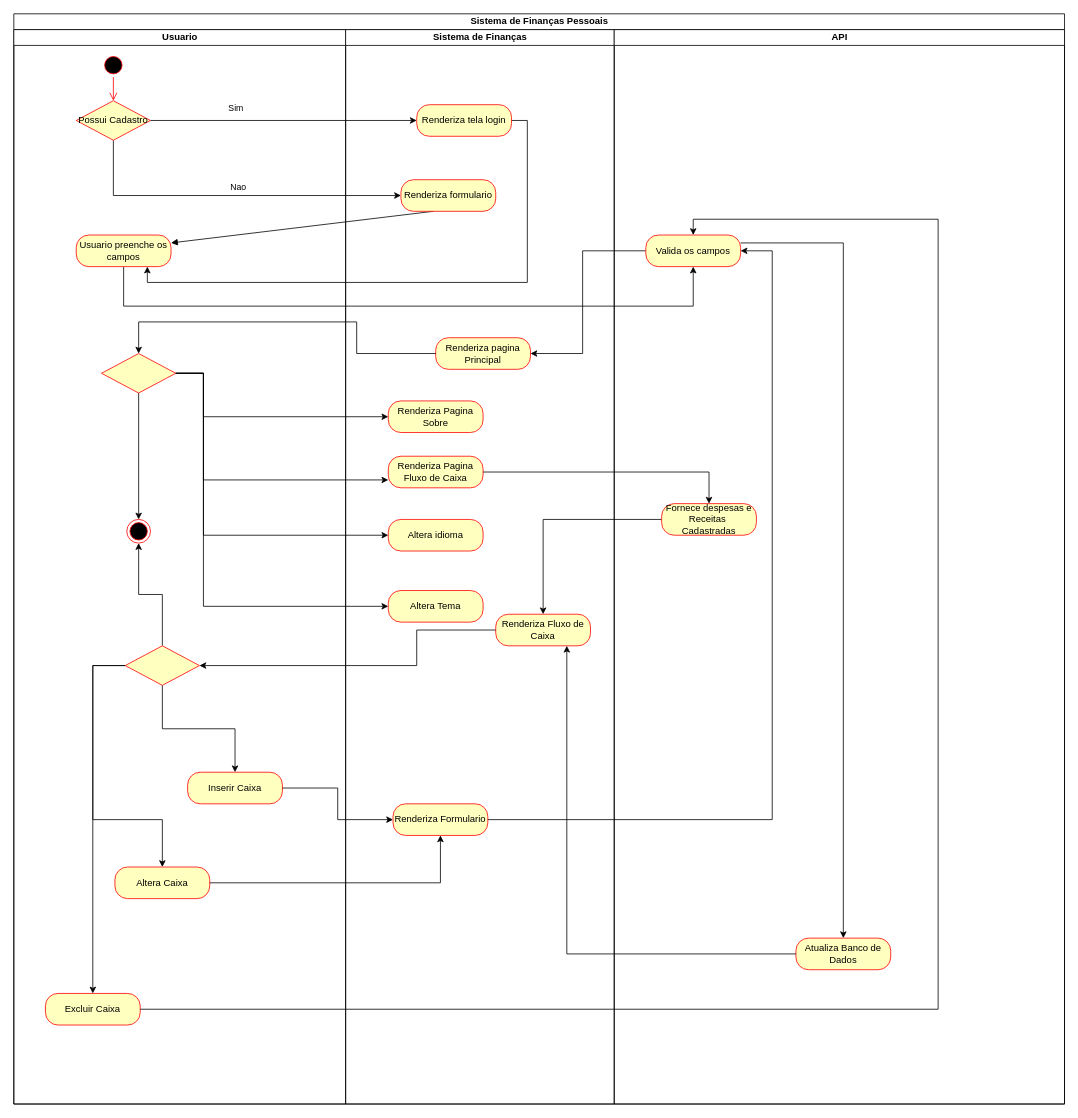
Above: Diagramas/Diagrama_Atividade_DespesaFacil_V2..drawio in flaviosenne/despesa-facil (draw.io), before the change. Source tidied: cells renumbered, new cells numbered last; positions are measured from the earlier drawing's top-left corner, leaving out a move shared by most shapes. Both pictures are drawn from the tidied source at 79%, with x=0, y=0 at pixel (13, 13).
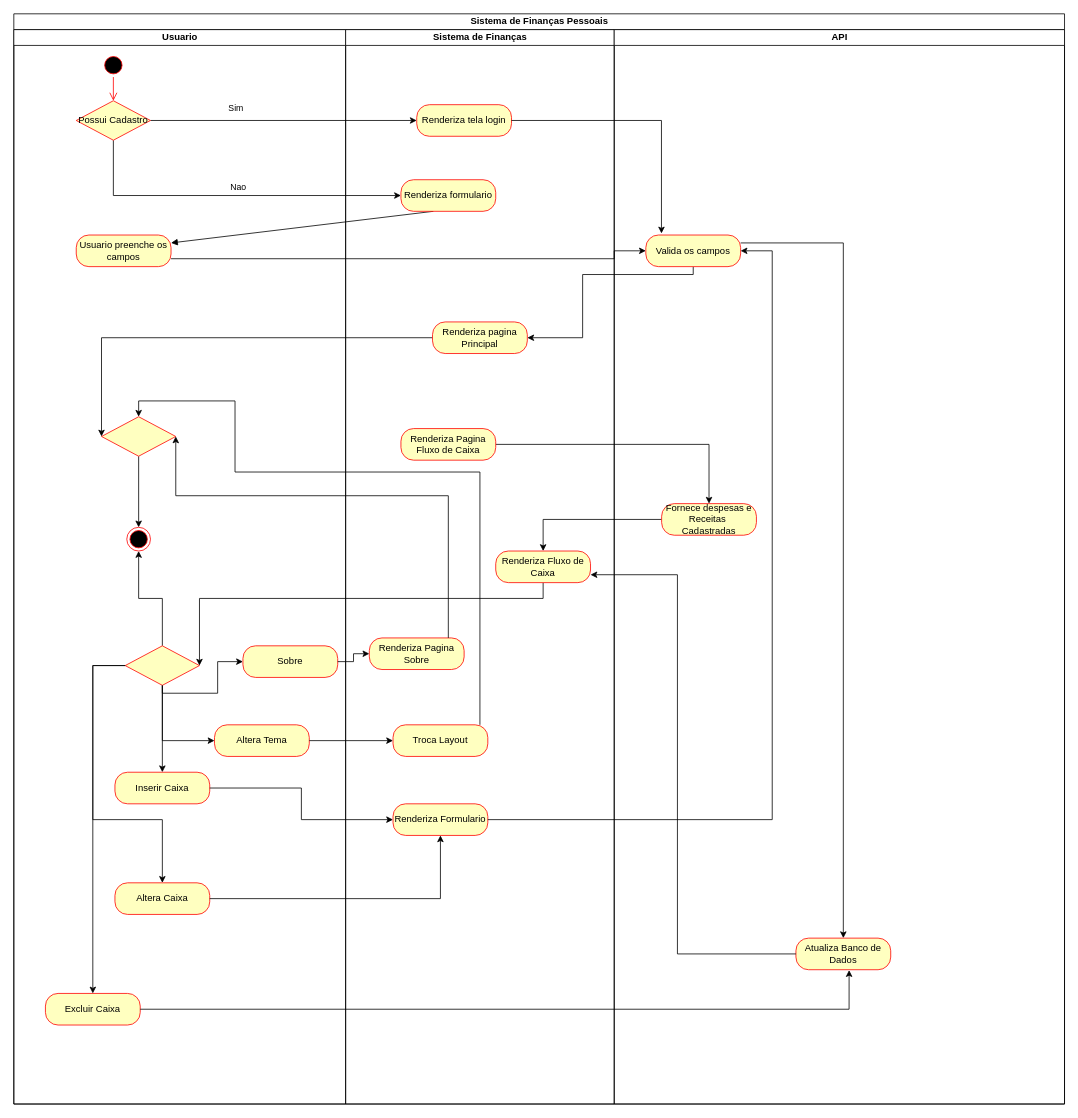
The same page after the edit.

The change refers to these unchanged cells:
```xml
<mxCell id="2" value="Sistema de Finanças Pessoais" style="swimlane;html=1;startSize=20;" parent="1" vertex="1">
  <mxGeometry width="1330" height="1380" as="geometry" />
</mxCell>
<mxCell id="8" value="Usuario" style="swimlane;html=1;startSize=20;" parent="2" vertex="1">
  <mxGeometry y="20" width="420" height="1360" as="geometry" />
</mxCell>
<mxCell id="9" value="Excluir Caixa" style="rounded=1;whiteSpace=wrap;html=1;arcSize=40;fontColor=#000000;fillColor=#ffffc0;strokeColor=#ff0000;" parent="8" vertex="1">
  <mxGeometry x="40" y="1220" width="120" height="40" as="geometry" />
</mxCell>
<mxCell id="13" value="Usuario preenche os campos" style="rounded=1;whiteSpace=wrap;html=1;arcSize=40;fontColor=#000000;fillColor=#ffffc0;strokeColor=#ff0000;" parent="8" vertex="1">
  <mxGeometry x="79" y="260" width="120" height="40" as="geometry" />
</mxCell>
<mxCell id="21" style="rhombus;whiteSpace=wrap;html=1;fillColor=#ffffc0;strokeColor=#ff0000;" parent="8" vertex="1">
  <mxGeometry x="141" y="780" width="94" height="50" as="geometry" />
</mxCell>
<mxCell id="24" value="Sistema de Finanças" style="swimlane;html=1;startSize=20;" parent="2" vertex="1">
  <mxGeometry x="420" y="20" width="340" height="1360" as="geometry" />
</mxCell>
<mxCell id="30" value="Renderiza Formulario" style="rounded=1;whiteSpace=wrap;html=1;arcSize=40;fontColor=#000000;fillColor=#ffffc0;strokeColor=#ff0000;" parent="24" vertex="1">
  <mxGeometry x="60" y="980" width="120" height="40" as="geometry" />
</mxCell>
<mxCell id="31" value="Renderiza tela login" style="rounded=1;whiteSpace=wrap;html=1;arcSize=40;fontColor=#000000;fillColor=#ffffc0;strokeColor=#ff0000;" parent="24" vertex="1">
  <mxGeometry x="90" y="95" width="120" height="40" as="geometry" />
</mxCell>
<mxCell id="46" value="Valida os campos" style="rounded=1;whiteSpace=wrap;html=1;arcSize=40;fontColor=#000000;fillColor=#ffffc0;strokeColor=#ff0000;" parent="44" vertex="1">
  <mxGeometry x="40" y="260" width="120" height="40" as="geometry" />
</mxCell>
<mxCell id="47" value="Fornece despesas e Receitas&amp;nbsp; Cadastradas" style="rounded=1;whiteSpace=wrap;html=1;arcSize=40;fontColor=#000000;fillColor=#ffffc0;strokeColor=#ff0000;" parent="44" vertex="1">
  <mxGeometry x="60" y="600" width="120" height="40" as="geometry" />
</mxCell>
<mxCell id="48" value="Atualiza Banco de Dados" style="rounded=1;whiteSpace=wrap;html=1;arcSize=40;fontColor=#000000;fillColor=#ffffc0;strokeColor=#ff0000;" parent="44" vertex="1">
  <mxGeometry x="230" y="1150" width="120" height="40" as="geometry" />
</mxCell>
```

Diff of the diagram source:
```diff
@@
-    <mxCell id="6" style="edgeStyle=orthogonalEdgeStyle;rounded=0;jettySize=auto;html=1;entryX=0.75;entryY=1;entryDx=0;entryDy=0;" parent="2" edge="1" source="31" target="13">
-      <mxGeometry relative="1" as="geometry">
-        <Array as="points">
-          <mxPoint x="650" y="135" />
-          <mxPoint x="650" y="340" />
-          <mxPoint x="169" y="340" />
-        </Array>
-      </mxGeometry>
-    </mxCell>
-    <mxCell id="7" style="edgeStyle=orthogonalEdgeStyle;rounded=0;jettySize=auto;html=1;entryX=0.5;entryY=1;entryDx=0;entryDy=0;" parent="2" edge="1" source="13" target="46">
+    <mxCell id="7" style="edgeStyle=orthogonalEdgeStyle;rounded=0;jettySize=auto;html=1;entryX=0;entryY=0.5;entryDx=0;entryDy=0;" parent="2" edge="1" source="13" target="46">
       <mxGeometry relative="1" as="geometry">
         <Array as="points">
-          <mxPoint x="139" y="370" />
-          <mxPoint x="860" y="370" />
+          <mxPoint x="760" y="310" />
+          <mxPoint x="760" y="300" />
         </Array>
       </mxGeometry>
     </mxCell>
@@
     <mxCell id="15" style="rhombus;whiteSpace=wrap;html=1;fillColor=#ffffc0;strokeColor=#ff0000;" parent="8" vertex="1">
-      <mxGeometry x="111" y="410" width="94" height="50" as="geometry" />
+      <mxGeometry x="111" y="490" width="94" height="50" as="geometry" />
     </mxCell>
@@
     <mxCell id="17" style="ellipse;html=1;shape=endState;fillColor=#000000;strokeColor=#ff0000;" parent="8" vertex="1">
-      <mxGeometry x="143" y="620" width="30" height="30" as="geometry" />
+      <mxGeometry x="143" y="630" width="30" height="30" as="geometry" />
     </mxCell>
     <mxCell id="18" value="Altera Caixa" style="rounded=1;whiteSpace=wrap;html=1;arcSize=40;fontColor=#000000;fillColor=#ffffc0;strokeColor=#ff0000;" parent="8" vertex="1">
-      <mxGeometry x="128" y="1060" width="120" height="40" as="geometry" />
+      <mxGeometry x="128" y="1080" width="120" height="40" as="geometry" />
     </mxCell>
@@
+    <mxCell id="53" style="edgeStyle=orthogonalEdgeStyle;rounded=0;jettySize=auto;html=1;entryX=0;entryY=0.5;entryDx=0;entryDy=0;" parent="8" edge="1" source="21" target="55">
+      <mxGeometry relative="1" as="geometry">
+        <Array as="points">
+          <mxPoint x="188" y="840" />
+          <mxPoint x="258" y="840" />
+          <mxPoint x="258" y="800" />
+        </Array>
+      </mxGeometry>
+    </mxCell>
@@
     <mxCell id="23" value="Inserir Caixa" style="rounded=1;whiteSpace=wrap;html=1;arcSize=40;fontColor=#000000;fillColor=#ffffc0;strokeColor=#ff0000;" parent="8" vertex="1">
-      <mxGeometry x="220" y="940" width="120" height="40" as="geometry" />
+      <mxGeometry x="128" y="940" width="120" height="40" as="geometry" />
     </mxCell>
+    <mxCell id="28" value="Altera Tema" style="rounded=1;whiteSpace=wrap;html=1;arcSize=40;fontColor=#000000;fillColor=#ffffc0;strokeColor=#ff0000;" parent="8" vertex="1">
+      <mxGeometry x="254" y="880" width="120" height="40" as="geometry" />
+    </mxCell>
+    <mxCell id="54" style="edgeStyle=orthogonalEdgeStyle;rounded=0;jettySize=auto;html=1;entryX=0;entryY=0.5;entryDx=0;entryDy=0;" parent="8" edge="1" source="21" target="28">
+      <mxGeometry relative="1" as="geometry">
+        <Array as="points">
+          <mxPoint x="188" y="900" />
+        </Array>
+      </mxGeometry>
+    </mxCell>
+    <mxCell id="55" value="Sobre" style="rounded=1;whiteSpace=wrap;html=1;arcSize=40;fontColor=#000000;fillColor=#ffffc0;strokeColor=#ff0000;" parent="8" vertex="1">
+      <mxGeometry x="290" y="780" width="120" height="40" as="geometry" />
+    </mxCell>
+    <mxCell id="34" style="edgeStyle=orthogonalEdgeStyle;rounded=0;jettySize=auto;html=1;entryX=1;entryY=0.5;entryDx=0;entryDy=0;" parent="2" edge="1" source="46" target="32">
+      <mxGeometry relative="1" as="geometry">
+        <Array as="points">
+          <mxPoint x="860" y="330" />
+          <mxPoint x="720" y="330" />
+          <mxPoint x="720" y="410" />
+        </Array>
+      </mxGeometry>
+    </mxCell>
+    <mxCell id="35" style="edgeStyle=orthogonalEdgeStyle;rounded=0;jettySize=auto;html=1;entryX=0;entryY=0.5;entryDx=0;entryDy=0;" parent="2" edge="1" source="32" target="15">
+      <mxGeometry relative="1" as="geometry">
+        <Array as="points">
+          <mxPoint x="111" y="410" />
+        </Array>
+      </mxGeometry>
+    </mxCell>
+    <mxCell id="40" style="edgeStyle=orthogonalEdgeStyle;rounded=0;jettySize=auto;html=1;" parent="2" edge="1" source="27" target="47">
+      <mxGeometry relative="1" as="geometry" />
+    </mxCell>
+    <mxCell id="41" style="edgeStyle=orthogonalEdgeStyle;rounded=0;jettySize=auto;html=1;" parent="2" edge="1" source="47" target="33">
+      <mxGeometry relative="1" as="geometry" />
+    </mxCell>
+    <mxCell id="42" style="edgeStyle=orthogonalEdgeStyle;rounded=0;jettySize=auto;html=1;entryX=1;entryY=0.5;entryDx=0;entryDy=0;" parent="2" edge="1" source="33" target="21">
+      <mxGeometry relative="1" as="geometry">
+        <Array as="points">
+          <mxPoint x="670" y="740" />
+          <mxPoint x="235" y="740" />
+        </Array>
+      </mxGeometry>
+    </mxCell>
+    <mxCell id="43" style="edgeStyle=orthogonalEdgeStyle;rounded=0;jettySize=auto;html=1;" parent="2" edge="1" source="18" target="30">
+      <mxGeometry relative="1" as="geometry" />
+    </mxCell>
@@
     <mxCell id="25" value="Renderiza Pagina Sobre" style="rounded=1;whiteSpace=wrap;html=1;arcSize=40;fontColor=#000000;fillColor=#ffffc0;strokeColor=#ff0000;" parent="24" vertex="1">
-      <mxGeometry x="54" y="470" width="120" height="40" as="geometry" />
+      <mxGeometry x="30" y="770" width="120" height="40" as="geometry" />
     </mxCell>
-    <mxCell id="26" value="Altera idioma" style="rounded=1;whiteSpace=wrap;html=1;arcSize=40;fontColor=#000000;fillColor=#ffffc0;strokeColor=#ff0000;" parent="24" vertex="1">
-      <mxGeometry x="54" y="620" width="120" height="40" as="geometry" />
-    </mxCell>
     <mxCell id="27" value="Renderiza Pagina Fluxo de Caixa" style="rounded=1;whiteSpace=wrap;html=1;arcSize=40;fontColor=#000000;fillColor=#ffffc0;strokeColor=#ff0000;" parent="24" vertex="1">
-      <mxGeometry x="54" y="540" width="120" height="40" as="geometry" />
+      <mxGeometry x="70" y="505" width="120" height="40" as="geometry" />
     </mxCell>
-    <mxCell id="28" value="Altera Tema" style="rounded=1;whiteSpace=wrap;html=1;arcSize=40;fontColor=#000000;fillColor=#ffffc0;strokeColor=#ff0000;" parent="24" vertex="1">
-      <mxGeometry x="54" y="710" width="120" height="40" as="geometry" />
-    </mxCell>
@@
     <mxCell id="32" value="Renderiza pagina Principal" style="rounded=1;whiteSpace=wrap;html=1;arcSize=40;fontColor=#000000;fillColor=#ffffc0;strokeColor=#ff0000;" parent="24" vertex="1">
-      <mxGeometry x="114" y="390" width="120" height="40" as="geometry" />
+      <mxGeometry x="110" y="370" width="120" height="40" as="geometry" />
     </mxCell>
     <mxCell id="33" value="Renderiza Fluxo de Caixa" style="rounded=1;whiteSpace=wrap;html=1;arcSize=40;fontColor=#000000;fillColor=#ffffc0;strokeColor=#ff0000;" parent="24" vertex="1">
-      <mxGeometry x="190" y="740" width="120" height="40" as="geometry" />
+      <mxGeometry x="190" y="660" width="120" height="40" as="geometry" />
     </mxCell>
-    <mxCell id="34" style="edgeStyle=orthogonalEdgeStyle;rounded=0;jettySize=auto;html=1;entryX=1;entryY=0.5;entryDx=0;entryDy=0;" parent="2" edge="1" source="46" target="32">
-      <mxGeometry relative="1" as="geometry">
-        <Array as="points">
-          <mxPoint x="720" y="430" />
-        </Array>
-      </mxGeometry>
-    </mxCell>
-    <mxCell id="35" style="edgeStyle=orthogonalEdgeStyle;rounded=0;jettySize=auto;html=1;entryX=0.5;entryY=0;entryDx=0;entryDy=0;" parent="2" edge="1" source="32" target="15">
-      <mxGeometry relative="1" as="geometry">
-        <Array as="points">
-          <mxPoint x="434" y="390" />
-          <mxPoint x="158" y="390" />
-        </Array>
-      </mxGeometry>
-    </mxCell>
-    <mxCell id="36" style="edgeStyle=orthogonalEdgeStyle;rounded=0;jettySize=auto;html=1;entryX=0;entryY=0.5;entryDx=0;entryDy=0;" parent="2" edge="1" source="15" target="25">
-      <mxGeometry relative="1" as="geometry">
-        <Array as="points">
-          <mxPoint x="240" y="455" />
-          <mxPoint x="240" y="510" />
-        </Array>
-      </mxGeometry>
-    </mxCell>
-    <mxCell id="37" style="edgeStyle=orthogonalEdgeStyle;rounded=0;jettySize=auto;html=1;entryX=0;entryY=0.75;entryDx=0;entryDy=0;" parent="2" edge="1" source="15" target="27">
-      <mxGeometry relative="1" as="geometry">
-        <Array as="points">
-          <mxPoint x="240" y="455" />
-          <mxPoint x="240" y="590" />
-        </Array>
-      </mxGeometry>
-    </mxCell>
-    <mxCell id="38" style="edgeStyle=orthogonalEdgeStyle;rounded=0;jettySize=auto;html=1;entryX=0;entryY=0.5;entryDx=0;entryDy=0;" parent="2" edge="1" source="15" target="26">
-      <mxGeometry relative="1" as="geometry">
-        <Array as="points">
-          <mxPoint x="240" y="455" />
-          <mxPoint x="240" y="660" />
-        </Array>
-      </mxGeometry>
-    </mxCell>
-    <mxCell id="39" style="edgeStyle=orthogonalEdgeStyle;rounded=0;jettySize=auto;html=1;entryX=0;entryY=0.5;entryDx=0;entryDy=0;" parent="2" edge="1" source="15" target="28">
-      <mxGeometry relative="1" as="geometry">
-        <Array as="points">
-          <mxPoint x="240" y="455" />
-          <mxPoint x="240" y="750" />
-        </Array>
-      </mxGeometry>
-    </mxCell>
-    <mxCell id="40" style="edgeStyle=orthogonalEdgeStyle;rounded=0;jettySize=auto;html=1;" parent="2" edge="1" source="27" target="47">
-      <mxGeometry relative="1" as="geometry" />
-    </mxCell>
-    <mxCell id="41" style="edgeStyle=orthogonalEdgeStyle;rounded=0;jettySize=auto;html=1;" parent="2" edge="1" source="47" target="33">
-      <mxGeometry relative="1" as="geometry" />
-    </mxCell>
-    <mxCell id="42" style="edgeStyle=orthogonalEdgeStyle;rounded=0;jettySize=auto;html=1;entryX=1;entryY=0.5;entryDx=0;entryDy=0;" parent="2" edge="1" source="33" target="21">
-      <mxGeometry relative="1" as="geometry">
-        <Array as="points">
-          <mxPoint x="510" y="825" />
-        </Array>
-      </mxGeometry>
-    </mxCell>
-    <mxCell id="43" style="edgeStyle=orthogonalEdgeStyle;rounded=0;jettySize=auto;html=1;" parent="2" edge="1" source="18" target="30">
-      <mxGeometry relative="1" as="geometry" />
-    </mxCell>
+    <mxCell id="56" value="Troca Layout" style="rounded=1;whiteSpace=wrap;html=1;arcSize=40;fontColor=#000000;fillColor=#ffffc0;strokeColor=#ff0000;" parent="24" vertex="1">
+      <mxGeometry x="60" y="880" width="120" height="40" as="geometry" />
+    </mxCell>
@@
-    <mxCell id="50" style="edgeStyle=orthogonalEdgeStyle;rounded=0;jettySize=auto;html=1;entryX=0.75;entryY=1;entryDx=0;entryDy=0;" parent="2" edge="1" source="48" target="33">
-      <mxGeometry relative="1" as="geometry" />
+    <mxCell id="50" style="edgeStyle=orthogonalEdgeStyle;rounded=0;jettySize=auto;html=1;entryX=1;entryY=0.75;entryDx=0;entryDy=0;" parent="2" edge="1" source="48" target="33">
+      <mxGeometry relative="1" as="geometry">
+        <Array as="points">
+          <mxPoint x="840" y="1190" />
+          <mxPoint x="840" y="710" />
+        </Array>
+      </mxGeometry>
     </mxCell>
-    <mxCell id="51" style="edgeStyle=orthogonalEdgeStyle;rounded=0;jettySize=auto;html=1;entryX=0.5;entryY=0;entryDx=0;entryDy=0;" parent="2" edge="1" source="9" target="46">
+    <mxCell id="51" style="edgeStyle=orthogonalEdgeStyle;rounded=0;jettySize=auto;html=1;entryX=0.561;entryY=1.013;entryDx=0;entryDy=0;entryPerimeter=0;" parent="2" edge="1" source="9" target="48">
       <mxGeometry relative="1" as="geometry">
         <Array as="points">
-          <mxPoint x="1170" y="1260" />
-          <mxPoint x="1170" y="260" />
-          <mxPoint x="860" y="260" />
+          <mxPoint x="1057" y="1260" />
         </Array>
       </mxGeometry>
     </mxCell>
@@
+    <mxCell id="57" style="edgeStyle=orthogonalEdgeStyle;rounded=0;jettySize=auto;html=1;entryX=0.165;entryY=-0.05;entryDx=0;entryDy=0;entryPerimeter=0;" parent="2" edge="1" source="31" target="46">
+      <mxGeometry relative="1" as="geometry" />
+    </mxCell>
+    <mxCell id="58" style="edgeStyle=orthogonalEdgeStyle;rounded=0;jettySize=auto;html=1;entryX=0;entryY=0.5;entryDx=0;entryDy=0;" parent="2" edge="1" source="28" target="56">
+      <mxGeometry relative="1" as="geometry" />
+    </mxCell>
+    <mxCell id="59" style="edgeStyle=orthogonalEdgeStyle;rounded=0;jettySize=auto;html=1;entryX=0;entryY=0.5;entryDx=0;entryDy=0;" parent="2" edge="1" source="55" target="25">
+      <mxGeometry relative="1" as="geometry" />
+    </mxCell>
+    <mxCell id="60" style="edgeStyle=orthogonalEdgeStyle;rounded=0;jettySize=auto;html=1;entryX=1;entryY=0.5;entryDx=0;entryDy=0;" parent="2" edge="1" source="25" target="15">
+      <mxGeometry relative="1" as="geometry">
+        <Array as="points">
+          <mxPoint x="550" y="610" />
+          <mxPoint x="205" y="610" />
+        </Array>
+      </mxGeometry>
+    </mxCell>
+    <mxCell id="61" style="edgeStyle=orthogonalEdgeStyle;rounded=0;jettySize=auto;html=1;entryX=0.5;entryY=0;entryDx=0;entryDy=0;" parent="2" edge="1" source="56" target="15">
+      <mxGeometry relative="1" as="geometry">
+        <Array as="points">
+          <mxPoint x="590" y="580" />
+          <mxPoint x="280" y="580" />
+          <mxPoint x="280" y="490" />
+          <mxPoint x="158" y="490" />
+        </Array>
+      </mxGeometry>
+    </mxCell>
```
